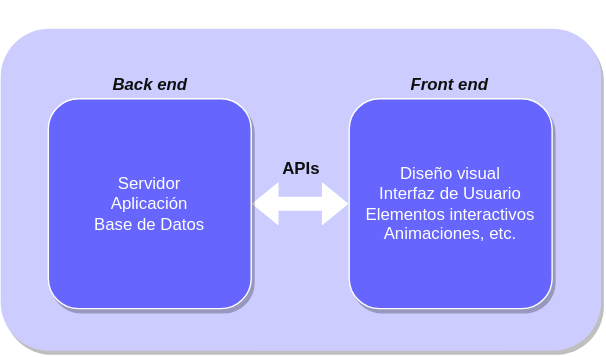
Earlier version of the draw.io export src/webdev_diagram.svg (carlosvq1337/webdev-web-app). Source tidied: cells renumbered, new cells last; positions are measured from the earlier drawing's top-left corner, leaving out a move shared by most shapes.
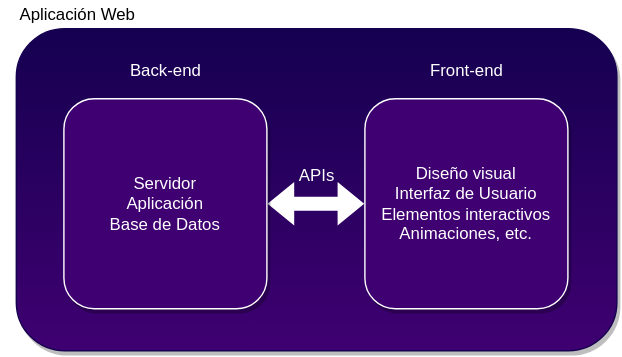
The same file after the commit.

Commit message:
changed diagram color

What changed in the source:
```diff
@@ -2,29 +2,29 @@
   <root>
     <mxCell id="0" />
     <mxCell id="1" parent="0" />
-    <mxCell id="2" style="rounded=1;whiteSpace=wrap;html=1;shadow=1;glass=0;sketch=0;strokeColor=none;fillColor=#CCCCFF;" parent="1" vertex="1">
-      <mxGeometry y="20" width="429" height="230" as="geometry" />
+    <mxCell id="2" style="rounded=1;whiteSpace=wrap;html=1;shadow=1;glass=0;sketch=0;strokeColor=#150050;fillColor=#150050;gradientColor=#3F0071;" parent="1" vertex="1">
+      <mxGeometry x="-630" y="-20" width="429" height="230" as="geometry" />
     </mxCell>
-    <mxCell id="3" style="shape=flexArrow;endArrow=classic;startArrow=classic;html=1;strokeColor=none;exitX=1;exitY=0.5;exitDx=0;exitDy=0;entryX=0;entryY=0.5;entryDx=0;entryDy=0;fillColor=#FFFFFF;" parent="1" edge="1" source="6" target="7">
-      <mxGeometry relative="1" as="geometry" />
+    <mxCell id="3" value="Aplicación Web" style="text;html=1;strokeColor=none;fillColor=none;align=center;verticalAlign=middle;whiteSpace=wrap;rounded=0;shadow=1;glass=0;sketch=0;" parent="1" vertex="1">
+      <mxGeometry x="-641" y="-40" width="110" height="20" as="geometry" />
     </mxCell>
-    <mxCell id="4" value="&lt;font color=&quot;#0f0f0f&quot;&gt;&lt;b&gt;&lt;i&gt;Back end&lt;/i&gt;&lt;/b&gt;&lt;/font&gt;" style="text;html=1;strokeColor=none;fillColor=none;align=center;verticalAlign=middle;whiteSpace=wrap;rounded=0;shadow=1;glass=0;sketch=0;" parent="1" vertex="1">
-      <mxGeometry x="26.5" y="50" width="160" height="20" as="geometry" />
+    <mxCell id="4" style="shape=flexArrow;endArrow=classic;startArrow=classic;html=1;fillColor=#ffffff;strokeColor=none;exitX=1;exitY=0.5;exitDx=0;exitDy=0;entryX=0;entryY=0.5;entryDx=0;entryDy=0;" parent="1" edge="1" source="7" target="8">
+      <mxGeometry relative="1" as="geometry" />
     </mxCell>
-    <mxCell id="5" value="&lt;font color=&quot;#0f0f0f&quot;&gt;&lt;b&gt;&lt;i&gt;Front end&lt;/i&gt;&lt;/b&gt;&lt;/font&gt;" style="text;html=1;strokeColor=none;fillColor=none;align=center;verticalAlign=middle;whiteSpace=wrap;rounded=0;shadow=1;glass=0;sketch=0;" parent="1" vertex="1">
-      <mxGeometry x="241.5" y="50" width="160" height="20" as="geometry" />
+    <mxCell id="5" value="&lt;font color=&quot;#ffffff&quot;&gt;Back-end&lt;/font&gt;" style="text;html=1;strokeColor=none;fillColor=none;align=center;verticalAlign=middle;whiteSpace=wrap;rounded=0;shadow=1;glass=0;sketch=0;" parent="1" vertex="1">
+      <mxGeometry x="-603.5" width="160" height="20" as="geometry" />
     </mxCell>
-    <mxCell id="6" value="&lt;font color=&quot;#ffffff&quot;&gt;Servidor&lt;br&gt;Aplicación&lt;br&gt;Base de Datos&lt;br&gt;&lt;/font&gt;" style="rounded=1;whiteSpace=wrap;html=1;shadow=1;glass=0;sketch=0;strokeColor=#ffff;fillColor=#6666FF;" parent="1" vertex="1">
-      <mxGeometry x="34" y="70" width="145" height="150" as="geometry" />
+    <mxCell id="6" value="&lt;font color=&quot;#ffffff&quot;&gt;Front-end&lt;/font&gt;" style="text;html=1;strokeColor=none;fillColor=none;align=center;verticalAlign=middle;whiteSpace=wrap;rounded=0;shadow=1;glass=0;sketch=0;" parent="1" vertex="1">
+      <mxGeometry x="-388.5" width="160" height="20" as="geometry" />
     </mxCell>
-    <mxCell id="7" value="&lt;font color=&quot;#ffffff&quot;&gt;Diseño visual&lt;br&gt;Interfaz de Usuario&lt;br&gt;Elementos interactivos&lt;br&gt;Animaciones, etc.&lt;br&gt;&lt;/font&gt;" style="rounded=1;whiteSpace=wrap;html=1;shadow=1;glass=0;sketch=0;strokeColor=#ffff;fillColor=#6666FF;" parent="1" vertex="1">
-      <mxGeometry x="249" y="70" width="145" height="150" as="geometry" />
+    <mxCell id="7" value="&lt;font color=&quot;#ffffff&quot;&gt;Servidor&lt;br&gt;Aplicación&lt;br&gt;Base de Datos&lt;br&gt;&lt;/font&gt;" style="rounded=1;whiteSpace=wrap;html=1;shadow=1;glass=0;sketch=0;fillColor=#3F0071;strokeColor=#ffff;" parent="1" vertex="1">
+      <mxGeometry x="-596" y="30" width="145" height="150" as="geometry" />
     </mxCell>
-    <mxCell id="8" value="&lt;b&gt;&lt;font color=&quot;#0f0f0f&quot;&gt;APIs&lt;/font&gt;&lt;/b&gt;" style="text;html=1;strokeColor=none;fillColor=none;align=center;verticalAlign=middle;whiteSpace=wrap;rounded=0;shadow=1;glass=0;sketch=0;" parent="1" vertex="1">
-      <mxGeometry x="134.5" y="110" width="160" height="20" as="geometry" />
+    <mxCell id="8" value="&lt;font color=&quot;#ffffff&quot;&gt;Diseño visual&lt;br&gt;Interfaz de Usuario&lt;br&gt;Elementos interactivos&lt;br&gt;Animaciones, etc.&lt;br&gt;&lt;/font&gt;" style="rounded=1;whiteSpace=wrap;html=1;shadow=1;glass=0;sketch=0;fillColor=#3F0071;strokeColor=#ffff;" parent="1" vertex="1">
+      <mxGeometry x="-381" y="30" width="145" height="150" as="geometry" />
     </mxCell>
-    <mxCell id="9" value="&lt;b&gt;&lt;font color=&quot;#ffffff&quot;&gt;Aplicación&lt;/font&gt;&lt;/b&gt;" style="text;html=1;strokeColor=none;align=center;verticalAlign=middle;whiteSpace=wrap;rounded=0;shadow=1;glass=0;sketch=0;" parent="1" vertex="1">
-      <mxGeometry x="134.5" width="160" height="20" as="geometry" />
+    <mxCell id="9" value="&lt;font color=&quot;#ffffff&quot;&gt;APIs&lt;/font&gt;" style="text;html=1;strokeColor=none;fillColor=none;align=center;verticalAlign=middle;whiteSpace=wrap;rounded=0;shadow=1;glass=0;sketch=0;" parent="1" vertex="1">
+      <mxGeometry x="-495.5" y="75" width="160" height="20" as="geometry" />
     </mxCell>
   </root>
 </mxGraphModel>
```
